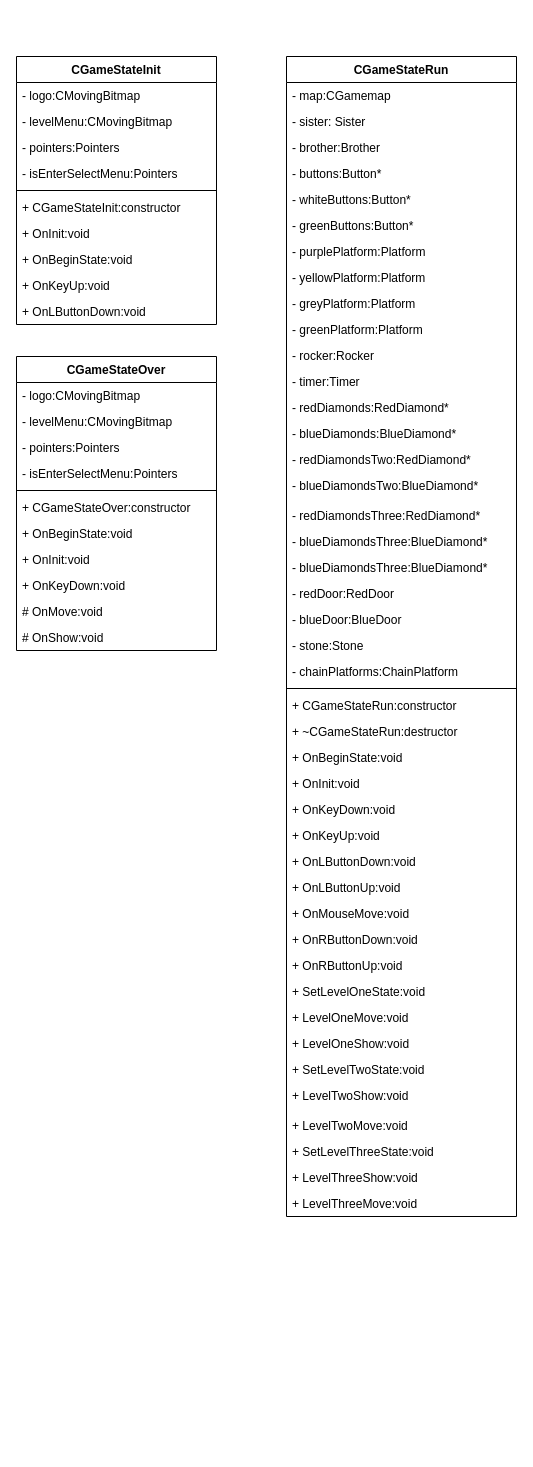
Above: page "game state" (5 of 6) of UML Diagram/oop_game.drawio in ggjj321/fireboy-watergirl-in-the-forest-temple (draw.io), before the change. Source tidied: cells renumbered, new cells numbered last; positions are measured from the earlier drawing's top-left corner, leaving out a move shared by most shapes. Both pictures are drawn from the tidied source at 100%, with x=0, y=0 at pixel (16, 56).
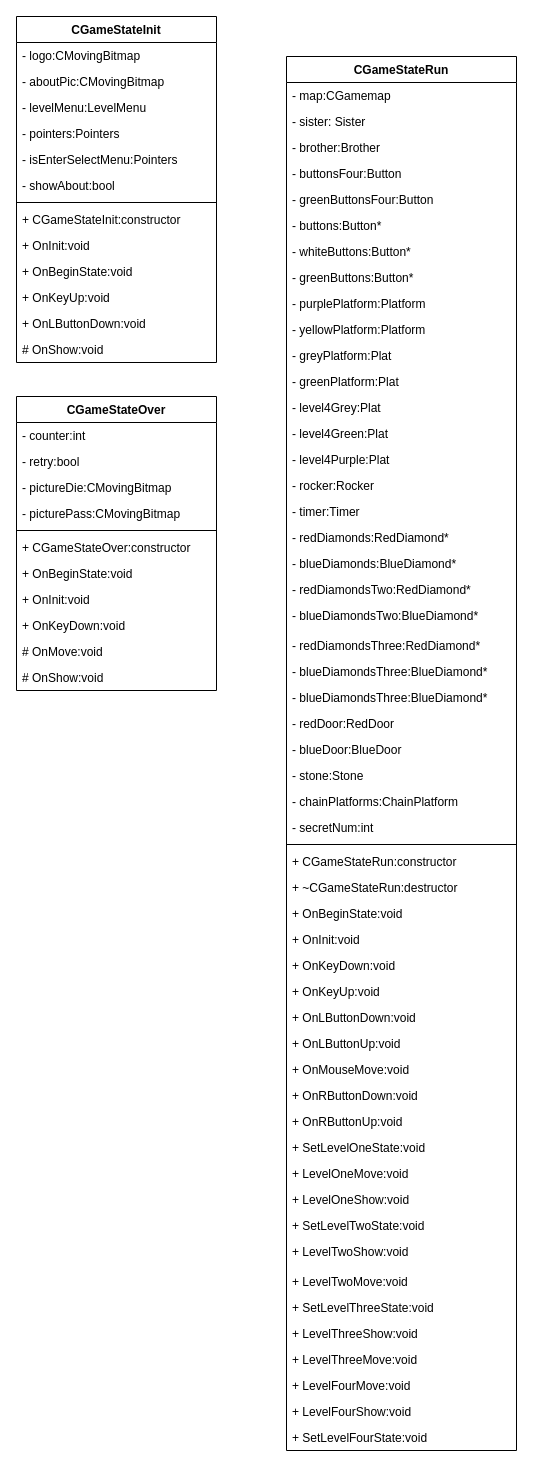
The same page after the edit.

Commit message:
Update gameState uml

What changed in the source:
```diff
@@
     <mxCell id="2" value="CGameStateInit" style="swimlane;fontStyle=1;align=center;verticalAlign=top;horizontal=1;startSize=26;" parent="1" vertex="1">
-      <mxGeometry width="200" height="268" as="geometry" />
+      <mxGeometry y="-40" width="200" height="346" as="geometry" />
     </mxCell>
@@
+    <mxCell id="70" value="- aboutPic:CMovingBitmap" style="text;strokeColor=none;fillColor=none;align=left;verticalAlign=top;spacingLeft=4;spacingRight=4;overflow=hidden;" parent="2" vertex="1">
+      <mxGeometry y="52" width="200" height="26" as="geometry" />
+    </mxCell>
-    <mxCell id="4" value="- levelMenu:CMovingBitmap" style="text;strokeColor=none;fillColor=none;align=left;verticalAlign=top;spacingLeft=4;spacingRight=4;overflow=hidden;" parent="2" vertex="1">
-      <mxGeometry y="52" width="200" height="26" as="geometry" />
+    <mxCell id="4" value="- levelMenu:LevelMenu" style="text;strokeColor=none;fillColor=none;align=left;verticalAlign=top;spacingLeft=4;spacingRight=4;overflow=hidden;" parent="2" vertex="1">
+      <mxGeometry y="78" width="200" height="26" as="geometry" />
     </mxCell>
     <mxCell id="5" value="- pointers:Pointers" style="text;strokeColor=none;fillColor=none;align=left;verticalAlign=top;spacingLeft=4;spacingRight=4;overflow=hidden;" parent="2" vertex="1">
-      <mxGeometry y="78" width="200" height="26" as="geometry" />
+      <mxGeometry y="104" width="200" height="26" as="geometry" />
     </mxCell>
     <mxCell id="6" value="- isEnterSelectMenu:Pointers" style="text;strokeColor=none;fillColor=none;align=left;verticalAlign=top;spacingLeft=4;spacingRight=4;overflow=hidden;" parent="2" vertex="1">
-      <mxGeometry y="104" width="200" height="26" as="geometry" />
+      <mxGeometry y="130" width="200" height="26" as="geometry" />
     </mxCell>
+    <mxCell id="71" value="- showAbout:bool" style="text;strokeColor=none;fillColor=none;align=left;verticalAlign=top;spacingLeft=4;spacingRight=4;overflow=hidden;" parent="2" vertex="1">
+      <mxGeometry y="156" width="200" height="26" as="geometry" />
+    </mxCell>
     <mxCell id="7" style="line;strokeWidth=1;fillColor=none;align=left;verticalAlign=middle;spacingTop=-1;spacingLeft=3;spacingRight=3;labelPosition=right;" parent="2" vertex="1">
-      <mxGeometry y="130" width="200" height="8" as="geometry" />
+      <mxGeometry y="182" width="200" height="8" as="geometry" />
     </mxCell>
     <mxCell id="8" value="+ CGameStateInit:constructor" style="text;strokeColor=none;fillColor=none;align=left;verticalAlign=top;spacingLeft=4;spacingRight=4;overflow=hidden;" parent="2" vertex="1">
-      <mxGeometry y="138" width="200" height="26" as="geometry" />
+      <mxGeometry y="190" width="200" height="26" as="geometry" />
     </mxCell>
     <mxCell id="9" value="+ OnInit:void" style="text;strokeColor=none;fillColor=none;align=left;verticalAlign=top;spacingLeft=4;spacingRight=4;overflow=hidden;" parent="2" vertex="1">
-      <mxGeometry y="164" width="200" height="26" as="geometry" />
+      <mxGeometry y="216" width="200" height="26" as="geometry" />
     </mxCell>
     <mxCell id="10" value="+ OnBeginState:void" style="text;strokeColor=none;fillColor=none;align=left;verticalAlign=top;spacingLeft=4;spacingRight=4;overflow=hidden;" parent="2" vertex="1">
-      <mxGeometry y="190" width="200" height="26" as="geometry" />
+      <mxGeometry y="242" width="200" height="26" as="geometry" />
     </mxCell>
     <mxCell id="11" value="+ OnKeyUp:void" style="text;strokeColor=none;fillColor=none;align=left;verticalAlign=top;spacingLeft=4;spacingRight=4;overflow=hidden;" parent="2" vertex="1">
-      <mxGeometry y="216" width="200" height="26" as="geometry" />
+      <mxGeometry y="268" width="200" height="26" as="geometry" />
     </mxCell>
     <mxCell id="12" value="+ OnLButtonDown:void" style="text;strokeColor=none;fillColor=none;align=left;verticalAlign=top;spacingLeft=4;spacingRight=4;overflow=hidden;" parent="2" vertex="1">
-      <mxGeometry y="242" width="200" height="26" as="geometry" />
+      <mxGeometry y="294" width="200" height="26" as="geometry" />
     </mxCell>
+    <mxCell id="72" value="# OnShow:void" style="text;strokeColor=none;fillColor=none;align=left;verticalAlign=top;spacingLeft=4;spacingRight=4;overflow=hidden;" parent="2" vertex="1">
+      <mxGeometry y="320" width="200" height="26" as="geometry" />
+    </mxCell>
     <mxCell id="13" value="CGameStateOver" style="swimlane;fontStyle=1;align=center;verticalAlign=top;horizontal=1;startSize=26;" parent="1" vertex="1">
-      <mxGeometry y="300" width="200" height="294" as="geometry" />
+      <mxGeometry y="340" width="200" height="294" as="geometry" />
     </mxCell>
-    <mxCell id="14" value="- logo:CMovingBitmap" style="text;strokeColor=none;fillColor=none;align=left;verticalAlign=top;spacingLeft=4;spacingRight=4;overflow=hidden;" parent="13" vertex="1">
+    <mxCell id="14" value="- counter:int" style="text;strokeColor=none;fillColor=none;align=left;verticalAlign=top;spacingLeft=4;spacingRight=4;overflow=hidden;" parent="13" vertex="1">
       <mxGeometry y="26" width="200" height="26" as="geometry" />
     </mxCell>
-    <mxCell id="15" value="- levelMenu:CMovingBitmap" style="text;strokeColor=none;fillColor=none;align=left;verticalAlign=top;spacingLeft=4;spacingRight=4;overflow=hidden;" parent="13" vertex="1">
+    <mxCell id="15" value="- retry:bool" style="text;strokeColor=none;fillColor=none;align=left;verticalAlign=top;spacingLeft=4;spacingRight=4;overflow=hidden;" parent="13" vertex="1">
       <mxGeometry y="52" width="200" height="26" as="geometry" />
     </mxCell>
-    <mxCell id="16" value="- pointers:Pointers" style="text;strokeColor=none;fillColor=none;align=left;verticalAlign=top;spacingLeft=4;spacingRight=4;overflow=hidden;" parent="13" vertex="1">
+    <mxCell id="16" value="- pictureDie:CMovingBitmap" style="text;strokeColor=none;fillColor=none;align=left;verticalAlign=top;spacingLeft=4;spacingRight=4;overflow=hidden;" parent="13" vertex="1">
       <mxGeometry y="78" width="200" height="26" as="geometry" />
     </mxCell>
-    <mxCell id="17" value="- isEnterSelectMenu:Pointers" style="text;strokeColor=none;fillColor=none;align=left;verticalAlign=top;spacingLeft=4;spacingRight=4;overflow=hidden;" parent="13" vertex="1">
+    <mxCell id="17" value="- picturePass:CMovingBitmap" style="text;strokeColor=none;fillColor=none;align=left;verticalAlign=top;spacingLeft=4;spacingRight=4;overflow=hidden;" parent="13" vertex="1">
       <mxGeometry y="104" width="200" height="26" as="geometry" />
     </mxCell>
@@
     <mxCell id="25" value="CGameStateRun" style="swimlane;fontStyle=1;align=center;verticalAlign=top;horizontal=1;startSize=26;" parent="1" vertex="1">
-      <mxGeometry x="270" width="230" height="1160" as="geometry" />
+      <mxGeometry x="270" width="230" height="1394" as="geometry" />
     </mxCell>
@@
+    <mxCell id="73" value="- buttonsFour:Button" style="text;strokeColor=none;fillColor=none;align=left;verticalAlign=top;spacingLeft=4;spacingRight=4;overflow=hidden;" parent="25" vertex="1">
+      <mxGeometry y="104" width="230" height="26" as="geometry" />
+    </mxCell>
+    <mxCell id="74" value="- greenButtonsFour:Button" style="text;strokeColor=none;fillColor=none;align=left;verticalAlign=top;spacingLeft=4;spacingRight=4;overflow=hidden;" parent="25" vertex="1">
+      <mxGeometry y="130" width="230" height="26" as="geometry" />
+    </mxCell>
     <mxCell id="29" value="- buttons:Button*" style="text;strokeColor=none;fillColor=none;align=left;verticalAlign=top;spacingLeft=4;spacingRight=4;overflow=hidden;" parent="25" vertex="1">
-      <mxGeometry y="104" width="230" height="26" as="geometry" />
+      <mxGeometry y="156" width="230" height="26" as="geometry" />
     </mxCell>
     <mxCell id="30" value="- whiteButtons:Button*" style="text;strokeColor=none;fillColor=none;align=left;verticalAlign=top;spacingLeft=4;spacingRight=4;overflow=hidden;" parent="25" vertex="1">
-      <mxGeometry y="130" width="230" height="26" as="geometry" />
+      <mxGeometry y="182" width="230" height="26" as="geometry" />
     </mxCell>
     <mxCell id="31" value="- greenButtons:Button*" style="text;strokeColor=none;fillColor=none;align=left;verticalAlign=top;spacingLeft=4;spacingRight=4;overflow=hidden;" parent="25" vertex="1">
-      <mxGeometry y="156" width="230" height="26" as="geometry" />
+      <mxGeometry y="208" width="230" height="26" as="geometry" />
     </mxCell>
     <mxCell id="32" value="- purplePlatform:Platform" style="text;strokeColor=none;fillColor=none;align=left;verticalAlign=top;spacingLeft=4;spacingRight=4;overflow=hidden;" parent="25" vertex="1">
-      <mxGeometry y="182" width="230" height="26" as="geometry" />
+      <mxGeometry y="234" width="230" height="26" as="geometry" />
     </mxCell>
     <mxCell id="33" value="- yellowPlatform:Platform" style="text;strokeColor=none;fillColor=none;align=left;verticalAlign=top;spacingLeft=4;spacingRight=4;overflow=hidden;" parent="25" vertex="1">
-      <mxGeometry y="208" width="230" height="26" as="geometry" />
+      <mxGeometry y="260" width="230" height="26" as="geometry" />
     </mxCell>
-    <mxCell id="34" value="- greyPlatform:Platform" style="text;strokeColor=none;fillColor=none;align=left;verticalAlign=top;spacingLeft=4;spacingRight=4;overflow=hidden;" parent="25" vertex="1">
-      <mxGeometry y="234" width="230" height="26" as="geometry" />
+    <mxCell id="34" value="- greyPlatform:Plat" style="text;strokeColor=none;fillColor=none;align=left;verticalAlign=top;spacingLeft=4;spacingRight=4;overflow=hidden;" parent="25" vertex="1">
+      <mxGeometry y="286" width="230" height="26" as="geometry" />
     </mxCell>
-    <mxCell id="35" value="- greenPlatform:Platform" style="text;strokeColor=none;fillColor=none;align=left;verticalAlign=top;spacingLeft=4;spacingRight=4;overflow=hidden;" parent="25" vertex="1">
-      <mxGeometry y="260" width="230" height="26" as="geometry" />
+    <mxCell id="35" value="- greenPlatform:Plat" style="text;strokeColor=none;fillColor=none;align=left;verticalAlign=top;spacingLeft=4;spacingRight=4;overflow=hidden;" parent="25" vertex="1">
+      <mxGeometry y="312" width="230" height="26" as="geometry" />
     </mxCell>
+    <mxCell id="75" value="- level4Grey:Plat" style="text;strokeColor=none;fillColor=none;align=left;verticalAlign=top;spacingLeft=4;spacingRight=4;overflow=hidden;" parent="25" vertex="1">
+      <mxGeometry y="338" width="230" height="26" as="geometry" />
+    </mxCell>
+    <mxCell id="76" value="- level4Green:Plat" style="text;strokeColor=none;fillColor=none;align=left;verticalAlign=top;spacingLeft=4;spacingRight=4;overflow=hidden;" parent="25" vertex="1">
+      <mxGeometry y="364" width="230" height="26" as="geometry" />
+    </mxCell>
+    <mxCell id="77" value="- level4Purple:Plat" style="text;strokeColor=none;fillColor=none;align=left;verticalAlign=top;spacingLeft=4;spacingRight=4;overflow=hidden;" parent="25" vertex="1">
+      <mxGeometry y="390" width="230" height="26" as="geometry" />
+    </mxCell>
     <mxCell id="36" value="- rocker:Rocker" style="text;strokeColor=none;fillColor=none;align=left;verticalAlign=top;spacingLeft=4;spacingRight=4;overflow=hidden;" parent="25" vertex="1">
-      <mxGeometry y="286" width="230" height="26" as="geometry" />
+      <mxGeometry y="416" width="230" height="26" as="geometry" />
     </mxCell>
     <mxCell id="37" value="- timer:Timer" style="text;strokeColor=none;fillColor=none;align=left;verticalAlign=top;spacingLeft=4;spacingRight=4;overflow=hidden;" parent="25" vertex="1">
-      <mxGeometry y="312" width="230" height="26" as="geometry" />
+      <mxGeometry y="442" width="230" height="26" as="geometry" />
     </mxCell>
     <mxCell id="38" value="- redDiamonds:RedDiamond*" style="text;strokeColor=none;fillColor=none;align=left;verticalAlign=top;spacingLeft=4;spacingRight=4;overflow=hidden;" parent="25" vertex="1">
-      <mxGeometry y="338" width="230" height="26" as="geometry" />
+      <mxGeometry y="468" width="230" height="26" as="geometry" />
     </mxCell>
     <mxCell id="39" value="- blueDiamonds:BlueDiamond*" style="text;strokeColor=none;fillColor=none;align=left;verticalAlign=top;spacingLeft=4;spacingRight=4;overflow=hidden;" parent="25" vertex="1">
-      <mxGeometry y="364" width="230" height="26" as="geometry" />
+      <mxGeometry y="494" width="230" height="26" as="geometry" />
     </mxCell>
     <mxCell id="40" value="- redDiamondsTwo:RedDiamond*" style="text;strokeColor=none;fillColor=none;align=left;verticalAlign=top;spacingLeft=4;spacingRight=4;overflow=hidden;" parent="25" vertex="1">
-      <mxGeometry y="390" width="230" height="26" as="geometry" />
+      <mxGeometry y="520" width="230" height="26" as="geometry" />
     </mxCell>
     <mxCell id="41" value="- blueDiamondsTwo:BlueDiamond*" style="text;strokeColor=none;fillColor=none;align=left;verticalAlign=top;spacingLeft=4;spacingRight=4;overflow=hidden;" parent="25" vertex="1">
-      <mxGeometry y="416" width="230" height="30" as="geometry" />
+      <mxGeometry y="546" width="230" height="30" as="geometry" />
     </mxCell>
     <mxCell id="42" value="- redDiamondsThree:RedDiamond*" style="text;strokeColor=none;fillColor=none;align=left;verticalAlign=top;spacingLeft=4;spacingRight=4;overflow=hidden;" parent="25" vertex="1">
-      <mxGeometry y="446" width="230" height="26" as="geometry" />
+      <mxGeometry y="576" width="230" height="26" as="geometry" />
     </mxCell>
     <mxCell id="43" value="- blueDiamondsThree:BlueDiamond*" style="text;strokeColor=none;fillColor=none;align=left;verticalAlign=top;spacingLeft=4;spacingRight=4;overflow=hidden;" parent="25" vertex="1">
-      <mxGeometry y="472" width="230" height="26" as="geometry" />
+      <mxGeometry y="602" width="230" height="26" as="geometry" />
     </mxCell>
     <mxCell id="44" value="- blueDiamondsThree:BlueDiamond*" style="text;strokeColor=none;fillColor=none;align=left;verticalAlign=top;spacingLeft=4;spacingRight=4;overflow=hidden;" parent="25" vertex="1">
-      <mxGeometry y="498" width="230" height="26" as="geometry" />
+      <mxGeometry y="628" width="230" height="26" as="geometry" />
     </mxCell>
     <mxCell id="45" value="- redDoor:RedDoor" style="text;strokeColor=none;fillColor=none;align=left;verticalAlign=top;spacingLeft=4;spacingRight=4;overflow=hidden;" parent="25" vertex="1">
-      <mxGeometry y="524" width="230" height="26" as="geometry" />
+      <mxGeometry y="654" width="230" height="26" as="geometry" />
     </mxCell>
     <mxCell id="46" value="- blueDoor:BlueDoor" style="text;strokeColor=none;fillColor=none;align=left;verticalAlign=top;spacingLeft=4;spacingRight=4;overflow=hidden;" parent="25" vertex="1">
-      <mxGeometry y="550" width="230" height="26" as="geometry" />
+      <mxGeometry y="680" width="230" height="26" as="geometry" />
     </mxCell>
     <mxCell id="47" value="- stone:Stone" style="text;strokeColor=none;fillColor=none;align=left;verticalAlign=top;spacingLeft=4;spacingRight=4;overflow=hidden;" parent="25" vertex="1">
-      <mxGeometry y="576" width="230" height="26" as="geometry" />
+      <mxGeometry y="706" width="230" height="26" as="geometry" />
     </mxCell>
     <mxCell id="48" value="- chainPlatforms:ChainPlatform" style="text;strokeColor=none;fillColor=none;align=left;verticalAlign=top;spacingLeft=4;spacingRight=4;overflow=hidden;" parent="25" vertex="1">
-      <mxGeometry y="602" width="230" height="26" as="geometry" />
+      <mxGeometry y="732" width="230" height="26" as="geometry" />
     </mxCell>
+    <mxCell id="78" value="- secretNum:int" style="text;strokeColor=none;fillColor=none;align=left;verticalAlign=top;spacingLeft=4;spacingRight=4;overflow=hidden;" parent="25" vertex="1">
+      <mxGeometry y="758" width="230" height="26" as="geometry" />
+    </mxCell>
     <mxCell id="49" style="line;strokeWidth=1;fillColor=none;align=left;verticalAlign=middle;spacingTop=-1;spacingLeft=3;spacingRight=3;labelPosition=right;" parent="25" vertex="1">
-      <mxGeometry y="628" width="230" height="8" as="geometry" />
+      <mxGeometry y="784" width="230" height="8" as="geometry" />
     </mxCell>
     <mxCell id="50" value="+ CGameStateRun:constructor" style="text;strokeColor=none;fillColor=none;align=left;verticalAlign=top;spacingLeft=4;spacingRight=4;overflow=hidden;" parent="25" vertex="1">
-      <mxGeometry y="636" width="230" height="26" as="geometry" />
+      <mxGeometry y="792" width="230" height="26" as="geometry" />
     </mxCell>
     <mxCell id="51" value="+ ~CGameStateRun:destructor" style="text;strokeColor=none;fillColor=none;align=left;verticalAlign=top;spacingLeft=4;spacingRight=4;overflow=hidden;" parent="25" vertex="1">
-      <mxGeometry y="662" width="230" height="26" as="geometry" />
+      <mxGeometry y="818" width="230" height="26" as="geometry" />
     </mxCell>
     <mxCell id="52" value="+ OnBeginState:void" style="text;strokeColor=none;fillColor=none;align=left;verticalAlign=top;spacingLeft=4;spacingRight=4;overflow=hidden;" parent="25" vertex="1">
-      <mxGeometry y="688" width="230" height="26" as="geometry" />
+      <mxGeometry y="844" width="230" height="26" as="geometry" />
     </mxCell>
     <mxCell id="53" value="+ OnInit:void" style="text;strokeColor=none;fillColor=none;align=left;verticalAlign=top;spacingLeft=4;spacingRight=4;overflow=hidden;" parent="25" vertex="1">
-      <mxGeometry y="714" width="230" height="26" as="geometry" />
+      <mxGeometry y="870" width="230" height="26" as="geometry" />
     </mxCell>
     <mxCell id="54" value="+ OnKeyDown:void" style="text;strokeColor=none;fillColor=none;align=left;verticalAlign=top;spacingLeft=4;spacingRight=4;overflow=hidden;" parent="25" vertex="1">
-      <mxGeometry y="740" width="230" height="26" as="geometry" />
+      <mxGeometry y="896" width="230" height="26" as="geometry" />
     </mxCell>
     <mxCell id="55" value="+ OnKeyUp:void" style="text;strokeColor=none;fillColor=none;align=left;verticalAlign=top;spacingLeft=4;spacingRight=4;overflow=hidden;" parent="25" vertex="1">
-      <mxGeometry y="766" width="230" height="26" as="geometry" />
+      <mxGeometry y="922" width="230" height="26" as="geometry" />
     </mxCell>
     <mxCell id="56" value="+ OnLButtonDown:void" style="text;strokeColor=none;fillColor=none;align=left;verticalAlign=top;spacingLeft=4;spacingRight=4;overflow=hidden;" parent="25" vertex="1">
-      <mxGeometry y="792" width="230" height="26" as="geometry" />
+      <mxGeometry y="948" width="230" height="26" as="geometry" />
     </mxCell>
     <mxCell id="57" value="+ OnLButtonUp:void" style="text;strokeColor=none;fillColor=none;align=left;verticalAlign=top;spacingLeft=4;spacingRight=4;overflow=hidden;" parent="25" vertex="1">
-      <mxGeometry y="818" width="230" height="26" as="geometry" />
+      <mxGeometry y="974" width="230" height="26" as="geometry" />
     </mxCell>
     <mxCell id="58" value="+ OnMouseMove:void" style="text;strokeColor=none;fillColor=none;align=left;verticalAlign=top;spacingLeft=4;spacingRight=4;overflow=hidden;" parent="25" vertex="1">
-      <mxGeometry y="844" width="230" height="26" as="geometry" />
+      <mxGeometry y="1000" width="230" height="26" as="geometry" />
     </mxCell>
     <mxCell id="59" value="+ OnRButtonDown:void" style="text;strokeColor=none;fillColor=none;align=left;verticalAlign=top;spacingLeft=4;spacingRight=4;overflow=hidden;" parent="25" vertex="1">
-      <mxGeometry y="870" width="230" height="26" as="geometry" />
+      <mxGeometry y="1026" width="230" height="26" as="geometry" />
     </mxCell>
     <mxCell id="60" value="+ OnRButtonUp:void" style="text;strokeColor=none;fillColor=none;align=left;verticalAlign=top;spacingLeft=4;spacingRight=4;overflow=hidden;" parent="25" vertex="1">
-      <mxGeometry y="896" width="230" height="26" as="geometry" />
+      <mxGeometry y="1052" width="230" height="26" as="geometry" />
     </mxCell>
     <mxCell id="61" value="+ SetLevelOneState:void" style="text;strokeColor=none;fillColor=none;align=left;verticalAlign=top;spacingLeft=4;spacingRight=4;overflow=hidden;" parent="25" vertex="1">
-      <mxGeometry y="922" width="230" height="26" as="geometry" />
+      <mxGeometry y="1078" width="230" height="26" as="geometry" />
     </mxCell>
     <mxCell id="62" value="+ LevelOneMove:void" style="text;strokeColor=none;fillColor=none;align=left;verticalAlign=top;spacingLeft=4;spacingRight=4;overflow=hidden;" parent="25" vertex="1">
-      <mxGeometry y="948" width="230" height="26" as="geometry" />
+      <mxGeometry y="1104" width="230" height="26" as="geometry" />
     </mxCell>
     <mxCell id="63" value="+ LevelOneShow:void" style="text;strokeColor=none;fillColor=none;align=left;verticalAlign=top;spacingLeft=4;spacingRight=4;overflow=hidden;" parent="25" vertex="1">
-      <mxGeometry y="974" width="230" height="26" as="geometry" />
+      <mxGeometry y="1130" width="230" height="26" as="geometry" />
     </mxCell>
     <mxCell id="64" value="+ SetLevelTwoState:void" style="text;strokeColor=none;fillColor=none;align=left;verticalAlign=top;spacingLeft=4;spacingRight=4;overflow=hidden;" parent="25" vertex="1">
-      <mxGeometry y="1000" width="230" height="26" as="geometry" />
+      <mxGeometry y="1156" width="230" height="26" as="geometry" />
     </mxCell>
     <mxCell id="65" value="+ LevelTwoShow:void" style="text;strokeColor=none;fillColor=none;align=left;verticalAlign=top;spacingLeft=4;spacingRight=4;overflow=hidden;" parent="25" vertex="1">
-      <mxGeometry y="1026" width="230" height="30" as="geometry" />
+      <mxGeometry y="1182" width="230" height="30" as="geometry" />
     </mxCell>
     <mxCell id="66" value="+ LevelTwoMove:void" style="text;strokeColor=none;fillColor=none;align=left;verticalAlign=top;spacingLeft=4;spacingRight=4;overflow=hidden;" parent="25" vertex="1">
-      <mxGeometry y="1056" width="230" height="26" as="geometry" />
+      <mxGeometry y="1212" width="230" height="26" as="geometry" />
     </mxCell>
     <mxCell id="67" value="+ SetLevelThreeState:void" style="text;strokeColor=none;fillColor=none;align=left;verticalAlign=top;spacingLeft=4;spacingRight=4;overflow=hidden;" parent="25" vertex="1">
-      <mxGeometry y="1082" width="230" height="26" as="geometry" />
+      <mxGeometry y="1238" width="230" height="26" as="geometry" />
     </mxCell>
     <mxCell id="68" value="+ LevelThreeShow:void" style="text;strokeColor=none;fillColor=none;align=left;verticalAlign=top;spacingLeft=4;spacingRight=4;overflow=hidden;" parent="25" vertex="1">
-      <mxGeometry y="1108" width="230" height="26" as="geometry" />
+      <mxGeometry y="1264" width="230" height="26" as="geometry" />
     </mxCell>
     <mxCell id="69" value="+ LevelThreeMove:void" style="text;strokeColor=none;fillColor=none;align=left;verticalAlign=top;spacingLeft=4;spacingRight=4;overflow=hidden;" parent="25" vertex="1">
-      <mxGeometry y="1134" width="230" height="26" as="geometry" />
+      <mxGeometry y="1290" width="230" height="26" as="geometry" />
     </mxCell>
+    <mxCell id="79" value="+ LevelFourMove:void" style="text;strokeColor=none;fillColor=none;align=left;verticalAlign=top;spacingLeft=4;spacingRight=4;overflow=hidden;" parent="25" vertex="1">
+      <mxGeometry y="1316" width="230" height="26" as="geometry" />
+    </mxCell>
+    <mxCell id="80" value="+ LevelFourShow:void" style="text;strokeColor=none;fillColor=none;align=left;verticalAlign=top;spacingLeft=4;spacingRight=4;overflow=hidden;" parent="25" vertex="1">
+      <mxGeometry y="1342" width="230" height="26" as="geometry" />
+    </mxCell>
+    <mxCell id="81" value="+ SetLevelFourState:void" style="text;strokeColor=none;fillColor=none;align=left;verticalAlign=top;spacingLeft=4;spacingRight=4;overflow=hidden;" parent="25" vertex="1">
+      <mxGeometry y="1368" width="230" height="26" as="geometry" />
+    </mxCell>
```
